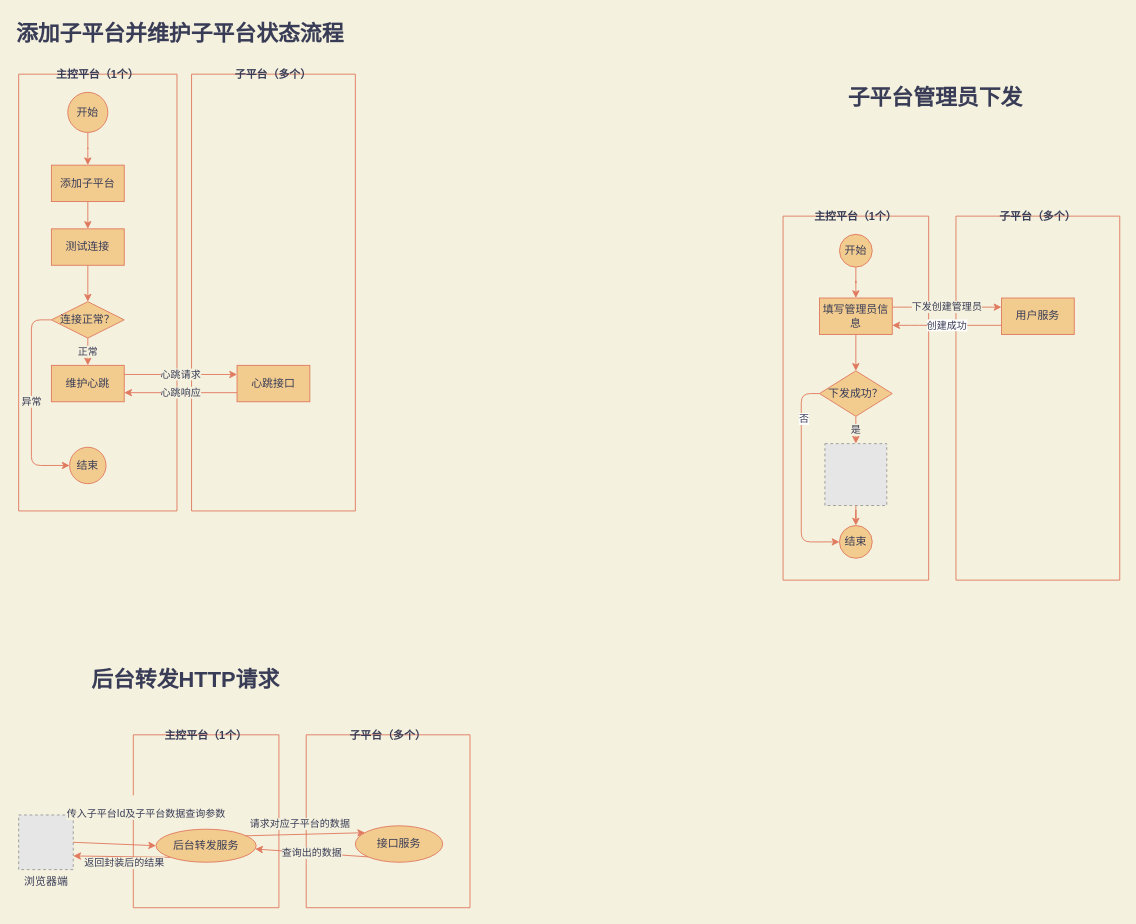
Above: page "通用" (1 of 3) of test.drawio in Jarris3154/drawios (draw.io), before the change. Source tidied: cells renumbered, new cells numbered last; positions are measured from the earlier drawing's top-left corner, leaving out a move shared by most shapes. Both pictures are drawn from the tidied source at 91%, with x=0, y=0 at pixel (18, 15). Pictures stored in the file or linked from it are replaced by grey dashed boxes.
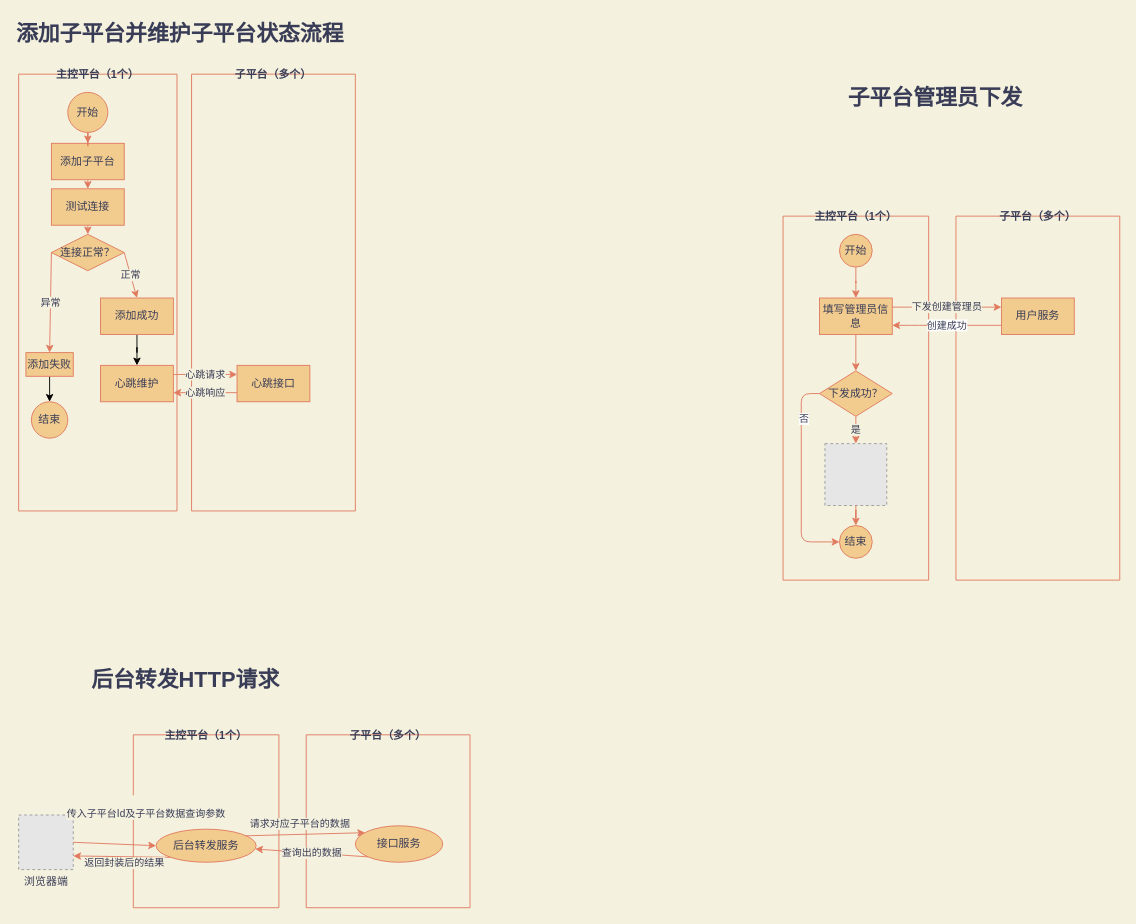
The same page after the edit.

Commit message:
更新心跳维护

Unchanged cells that the change refers to:
```xml
<mxCell id="17" value="主控平台（1个）" style="swimlane;startSize=0;fillColor=#F2CC8F;strokeColor=#E07A5F;fontColor=#393C56;" parent="1" vertex="1">
  <mxGeometry y="64" width="174" height="480" as="geometry" />
</mxCell>
```

Change to the diagram source:
```diff
@@
     <mxCell id="19" value="添加子平台" style="whiteSpace=wrap;html=1;align=center;fillColor=#F2CC8F;strokeColor=#E07A5F;fontColor=#393C56;" parent="17" vertex="1">
-      <mxGeometry x="36" y="100" width="80" height="40" as="geometry" />
+      <mxGeometry x="36" y="76" width="80" height="40" as="geometry" />
     </mxCell>
@@
     <mxCell id="23" value="测试连接" style="whiteSpace=wrap;html=1;align=center;fillColor=#F2CC8F;strokeColor=#E07A5F;fontColor=#393C56;" parent="17" vertex="1">
-      <mxGeometry x="36" y="170" width="80" height="40" as="geometry" />
+      <mxGeometry x="36" y="126" width="80" height="40" as="geometry" />
     </mxCell>
-    <mxCell id="24" value="正常" style="edgeStyle=orthogonalEdgeStyle;jettySize=auto;html=1;exitX=0.5;exitY=1;exitDx=0;exitDy=0;entryX=0.5;entryY=0;entryDx=0;entryDy=0;labelBackgroundColor=#F4F1DE;strokeColor=#E07A5F;fontColor=#393C56;" parent="17" edge="1" source="26" target="27">
+    <mxCell id="24" value="正常" style="jettySize=auto;html=1;labelBackgroundColor=#F4F1DE;strokeColor=#E07A5F;fontColor=#393C56;entryX=0.5;entryY=0;entryDx=0;entryDy=0;exitX=1;exitY=0.5;exitDx=0;exitDy=0;" parent="17" edge="1" source="26" target="51">
       <mxGeometry relative="1" as="geometry" />
     </mxCell>
-    <mxCell id="25" value="异常" style="edgeStyle=orthogonalEdgeStyle;jettySize=auto;html=1;entryX=0;entryY=0.5;entryDx=0;entryDy=0;labelBackgroundColor=#F4F1DE;strokeColor=#E07A5F;fontColor=#393C56;" parent="17" edge="1" source="26" target="28">
-      <mxGeometry relative="1" as="geometry">
-        <Array as="points">
-          <mxPoint x="14" y="270" />
-          <mxPoint x="14" y="430" />
-        </Array>
-      </mxGeometry>
+    <mxCell id="25" value="异常" style="jettySize=auto;html=1;entryX=0.5;entryY=0;entryDx=0;entryDy=0;labelBackgroundColor=#F4F1DE;strokeColor=#E07A5F;fontColor=#393C56;exitX=0;exitY=0.5;exitDx=0;exitDy=0;" parent="17" edge="1" source="26" target="49">
+      <mxGeometry relative="1" as="geometry" />
     </mxCell>
     <mxCell id="26" value="连接正常？" style="rhombus;whiteSpace=wrap;html=1;align=center;fillColor=#F2CC8F;strokeColor=#E07A5F;fontColor=#393C56;" parent="17" vertex="1">
-      <mxGeometry x="36" y="250" width="80" height="40" as="geometry" />
+      <mxGeometry x="36" y="176" width="80" height="40" as="geometry" />
     </mxCell>
-    <mxCell id="27" value="维护心跳" style="whiteSpace=wrap;html=1;align=center;fillColor=#F2CC8F;strokeColor=#E07A5F;fontColor=#393C56;" parent="17" vertex="1">
-      <mxGeometry x="36" y="320" width="80" height="40" as="geometry" />
+    <mxCell id="27" value="心跳维护" style="whiteSpace=wrap;html=1;align=center;fillColor=#F2CC8F;strokeColor=#E07A5F;fontColor=#393C56;" parent="17" vertex="1">
+      <mxGeometry x="90" y="320" width="80" height="40" as="geometry" />
     </mxCell>
     <mxCell id="28" value="结束" style="ellipse;whiteSpace=wrap;html=1;align=center;fillColor=#F2CC8F;strokeColor=#E07A5F;fontColor=#393C56;" parent="17" vertex="1">
-      <mxGeometry x="56" y="410" width="40" height="40" as="geometry" />
+      <mxGeometry x="14" y="360" width="40" height="40" as="geometry" />
     </mxCell>
+    <mxCell id="48" style="edgeStyle=none;rounded=0;jettySize=auto;html=1;entryX=0.5;entryY=0;entryDx=0;entryDy=0;" parent="17" edge="1" source="49" target="28">
+      <mxGeometry relative="1" as="geometry" />
+    </mxCell>
+    <mxCell id="49" value="添加失败" style="whiteSpace=wrap;html=1;align=center;fillColor=#F2CC8F;strokeColor=#E07A5F;fontColor=#393C56;" parent="17" vertex="1">
+      <mxGeometry x="8" y="306" width="52" height="26" as="geometry" />
+    </mxCell>
+    <mxCell id="50" style="edgeStyle=orthogonalEdgeStyle;rounded=0;jettySize=auto;html=1;" parent="17" edge="1" source="51" target="27">
+      <mxGeometry relative="1" as="geometry" />
+    </mxCell>
+    <mxCell id="51" value="添加成功" style="whiteSpace=wrap;html=1;align=center;fillColor=#F2CC8F;strokeColor=#E07A5F;fontColor=#393C56;" parent="17" vertex="1">
+      <mxGeometry x="90" y="246" width="80" height="40" as="geometry" />
+    </mxCell>
```
